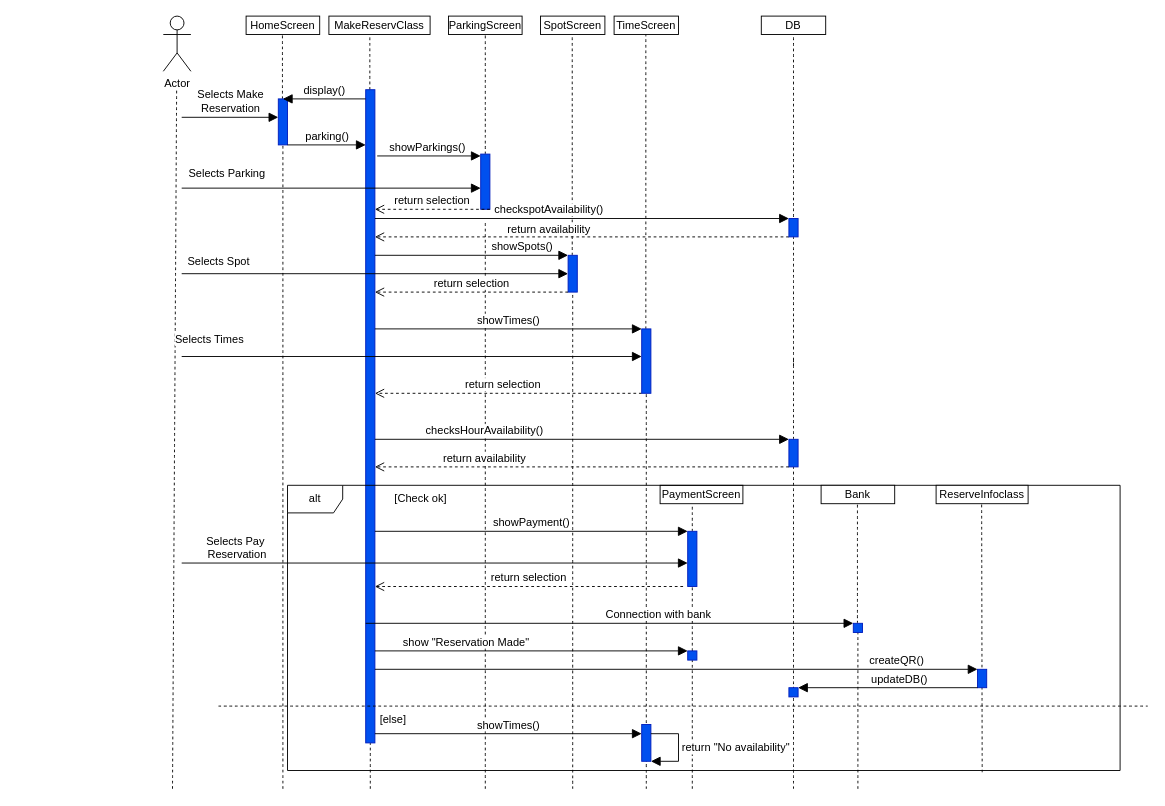
Above: SEQUENCE/Make Reservation sequence.drawio in EliasPapagelis/Smart-Park-TL (draw.io), before the change. Source tidied: cells renumbered, new cells numbered last; positions are measured from the earlier drawing's top-left corner, leaving out a move shared by most shapes. Both pictures are drawn from the tidied source at 92%, with x=0, y=0 at pixel (163, 16).
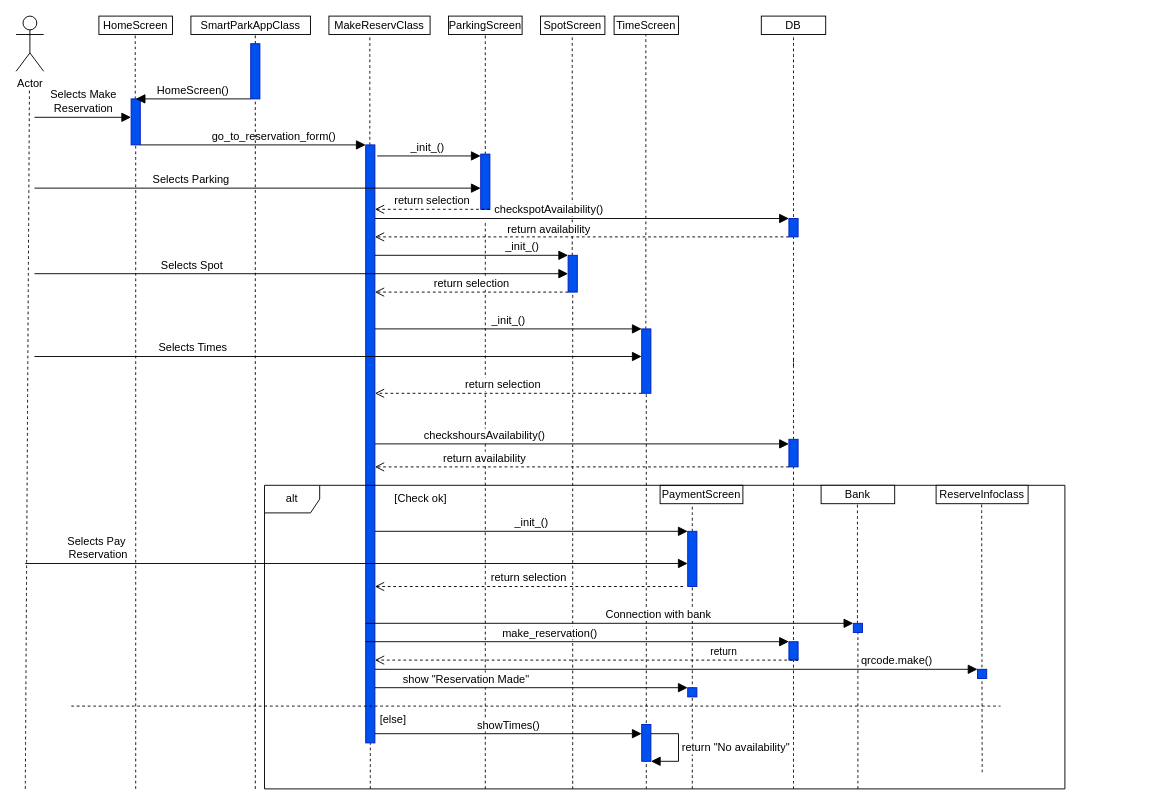
Above is the later version.

The change refers to these unchanged cells:
```xml
<mxCell id="19" style="html=1;points=[[0,0,0,0,5],[0,1,0,0,-5],[1,0,0,0,5],[1,1,0,0,-5]];perimeter=orthogonalPerimeter;outlineConnect=0;targetShapes=umlLifeline;portConstraint=eastwest;newEdgeStyle={&quot;curved&quot;:0,&quot;rounded&quot;:0};fillColor=#0050ef;fontColor=#ffffff;strokeColor=#001DBC;" parent="1" vertex="1">
  <mxGeometry x="345" y="150" width="10" height="60" as="geometry" />
</mxCell>
<mxCell id="32" style="html=1;points=[[0,0,0,0,5],[0,1,0,0,-5],[1,0,0,0,5],[1,1,0,0,-5]];perimeter=orthogonalPerimeter;outlineConnect=0;targetShapes=umlLifeline;portConstraint=eastwest;newEdgeStyle={&quot;curved&quot;:0,&quot;rounded&quot;:0};fillColor=#0050ef;fontColor=#ffffff;strokeColor=#001DBC;" parent="1" vertex="1">
  <mxGeometry x="680" y="460" width="10" height="30" as="geometry" />
</mxCell>
<mxCell id="38" style="html=1;points=[[0,0,0,0,5],[0,1,0,0,-5],[1,0,0,0,5],[1,1,0,0,-5]];perimeter=orthogonalPerimeter;outlineConnect=0;targetShapes=umlLifeline;portConstraint=eastwest;newEdgeStyle={&quot;curved&quot;:0,&quot;rounded&quot;:0};fillColor=#0050ef;fontColor=#ffffff;strokeColor=#001DBC;" parent="1" vertex="1">
  <mxGeometry x="570" y="560" width="10" height="60" as="geometry" />
</mxCell>
<mxCell id="45" style="html=1;points=[[0,0,0,0,5],[0,1,0,0,-5],[1,0,0,0,5],[1,1,0,0,-5]];perimeter=orthogonalPerimeter;outlineConnect=0;targetShapes=umlLifeline;portConstraint=eastwest;newEdgeStyle={&quot;curved&quot;:0,&quot;rounded&quot;:0};fillColor=#0050ef;fontColor=#ffffff;strokeColor=#001DBC;" parent="1" vertex="1">
  <mxGeometry x="440" y="260" width="10" height="40" as="geometry" />
</mxCell>
<mxCell id="47" style="html=1;points=[[0,0,0,0,5],[0,1,0,0,-5],[1,0,0,0,5],[1,1,0,0,-5]];perimeter=orthogonalPerimeter;outlineConnect=0;targetShapes=umlLifeline;portConstraint=eastwest;newEdgeStyle={&quot;curved&quot;:0,&quot;rounded&quot;:0};fillColor=#0050ef;fontColor=#ffffff;strokeColor=#001DBC;" parent="1" vertex="1">
  <mxGeometry x="520" y="340" width="10" height="70" as="geometry" />
</mxCell>
```

Change to the diagram source:
```diff
@@
     <mxCell id="2" value="Actor" style="shape=umlActor;verticalLabelPosition=bottom;verticalAlign=top;html=1;" parent="1" vertex="1">
-      <mxGeometry width="30" height="60" as="geometry" />
+      <mxGeometry x="-160" width="30" height="60" as="geometry" />
     </mxCell>
     <mxCell id="3" value="HomeScreen" style="rounded=0;whiteSpace=wrap;html=1;" parent="1" vertex="1">
-      <mxGeometry x="90" width="80" height="20" as="geometry" />
+      <mxGeometry x="-70" width="80" height="20" as="geometry" />
     </mxCell>
@@
     <mxCell id="13" style="endArrow=none;dashed=1;html=1;rounded=0;fontSize=12;startSize=8;endSize=8;curved=1;" parent="1" edge="1" source="17">
       <mxGeometry relative="1" as="geometry">
-        <mxPoint x="129.5" y="20" as="targetPoint" />
+        <mxPoint x="-30.5" y="20" as="targetPoint" />
       </mxGeometry>
     </mxCell>
     <mxCell id="14" style="endArrow=none;dashed=1;html=1;rounded=0;fontSize=12;startSize=8;endSize=8;curved=1;" parent="1" edge="1">
       <mxGeometry relative="1" as="geometry">
-        <mxPoint x="10" y="840" as="sourcePoint" />
-        <mxPoint x="14.5" y="80" as="targetPoint" />
+        <mxPoint x="-150" y="840" as="sourcePoint" />
+        <mxPoint x="-145.5" y="80" as="targetPoint" />
       </mxGeometry>
     </mxCell>
     <mxCell id="15" value="Selects Make&lt;div&gt;Reservation&lt;/div&gt;" style="html=1;verticalAlign=bottom;endArrow=block;curved=0;rounded=0;fontSize=12;startSize=8;endSize=8;" parent="1" edge="1">
       <mxGeometry relative="1" as="geometry">
-        <mxPoint x="20" y="110" as="sourcePoint" />
-        <mxPoint x="125" y="110" as="targetPoint" />
+        <mxPoint x="-140" y="110" as="sourcePoint" />
+        <mxPoint x="-35" y="110" as="targetPoint" />
       </mxGeometry>
     </mxCell>
     <mxCell id="16" style="endArrow=none;dashed=1;html=1;rounded=0;fontSize=12;startSize=8;endSize=8;curved=1;" parent="1" edge="1" target="17">
       <mxGeometry relative="1" as="geometry">
-        <mxPoint x="130" y="840" as="sourcePoint" />
+        <mxPoint x="-30" y="840" as="sourcePoint" />
       </mxGeometry>
     </mxCell>
     <mxCell id="17" style="html=1;points=[[0,0,0,0,5],[0,1,0,0,-5],[1,0,0,0,5],[1,1,0,0,-5]];perimeter=orthogonalPerimeter;outlineConnect=0;targetShapes=umlLifeline;portConstraint=eastwest;newEdgeStyle={&quot;curved&quot;:0,&quot;rounded&quot;:0};fillColor=#0050ef;fontColor=#ffffff;strokeColor=#001DBC;" parent="1" vertex="1">
-      <mxGeometry x="125" y="90" width="10" height="50" as="geometry" />
+      <mxGeometry x="-35" y="90" width="10" height="50" as="geometry" />
     </mxCell>
@@
-    <mxCell id="22" value="showParkings()" style="html=1;verticalAlign=bottom;endArrow=block;curved=0;rounded=0;fontSize=12;startSize=8;endSize=8;" parent="1" edge="1" target="19">
+    <mxCell id="22" value="_init_()" style="html=1;verticalAlign=bottom;endArrow=block;curved=0;rounded=0;fontSize=12;startSize=8;endSize=8;" parent="1" edge="1" target="19">
       <mxGeometry x="-0.04" relative="1" as="geometry">
         <mxPoint x="232.5" y="152" as="sourcePoint" />
       </mxGeometry>
     </mxCell>
@@
     <mxCell id="24" style="html=1;points=[[0,0,0,0,5],[0,1,0,0,-5],[1,0,0,0,5],[1,1,0,0,-5]];perimeter=orthogonalPerimeter;outlineConnect=0;targetShapes=umlLifeline;portConstraint=eastwest;newEdgeStyle={&quot;curved&quot;:0,&quot;rounded&quot;:0};fillColor=#0050ef;fontColor=#ffffff;strokeColor=#001DBC;" parent="1" vertex="1">
-      <mxGeometry x="220" y="80" width="10" height="710" as="geometry" />
+      <mxGeometry x="220" y="140" width="10" height="650" as="geometry" />
     </mxCell>
     <mxCell id="25" value="Selects Parking" style="html=1;verticalAlign=bottom;endArrow=block;curved=0;rounded=0;fontSize=12;startSize=8;endSize=8;" parent="1" edge="1" target="19">
-      <mxGeometry x="-0.7" y="7" relative="1" as="geometry">
-        <mxPoint x="20" y="187" as="sourcePoint" />
+      <mxGeometry x="-0.3" relative="1" as="geometry">
+        <mxPoint x="-140" y="187" as="sourcePoint" />
       </mxGeometry>
     </mxCell>
@@
-    <mxCell id="27" value="showTimes()" style="html=1;verticalAlign=bottom;endArrow=block;curved=0;rounded=0;fontSize=12;startSize=8;endSize=8;" parent="1" edge="1">
+    <mxCell id="27" value="_init_()" style="html=1;verticalAlign=bottom;endArrow=block;curved=0;rounded=0;fontSize=12;startSize=8;endSize=8;" parent="1" edge="1">
       <mxGeometry relative="1" as="geometry">
         <mxPoint x="230" y="340" as="sourcePoint" />
         <mxPoint x="520" y="340" as="targetPoint" />
       </mxGeometry>
     </mxCell>
-    <mxCell id="28" value="Selects Times" style="html=1;verticalAlign=bottom;endArrow=block;curved=0;rounded=0;fontSize=12;startSize=8;endSize=8;" parent="1" edge="1">
-      <mxGeometry x="-0.88" y="10" relative="1" as="geometry">
-        <mxPoint x="20" y="370" as="sourcePoint" />
-        <mxPoint x="520" y="370" as="targetPoint" />
-        <mxPoint y="1" as="offset" />
+    <mxCell id="28" value="Selects Times" style="html=1;verticalAlign=bottom;endArrow=block;curved=0;rounded=0;fontSize=12;startSize=8;endSize=8;" parent="1" edge="1" target="47">
+      <mxGeometry x="-0.48" relative="1" as="geometry">
+        <mxPoint x="-140" y="370" as="sourcePoint" />
       </mxGeometry>
     </mxCell>
@@
-    <mxCell id="30" value="checksHourAvailability()" style="html=1;verticalAlign=bottom;endArrow=block;curved=0;rounded=0;fontSize=12;startSize=8;endSize=8;" parent="1" edge="1" source="24" target="32">
+    <mxCell id="30" value="checkshoursAvailability()" style="html=1;verticalAlign=bottom;endArrow=block;curved=0;rounded=0;fontSize=12;startSize=8;endSize=8;" parent="1" edge="1" source="24" target="32">
       <mxGeometry x="-0.47" relative="1" as="geometry" />
     </mxCell>
@@
     <mxCell id="34" value="alt" style="shape=umlFrame;whiteSpace=wrap;html=1;" parent="1" vertex="1">
-      <mxGeometry x="135" y="510" width="905" height="310" as="geometry" />
+      <mxGeometry x="110" y="510" width="870" height="330" as="geometry" />
     </mxCell>
@@
-    <mxCell id="36" value="showPayment()" style="html=1;verticalAlign=bottom;endArrow=block;curved=0;rounded=0;fontSize=12;startSize=8;endSize=8;" parent="1" edge="1">
+    <mxCell id="36" value="_init_()" style="html=1;verticalAlign=bottom;endArrow=block;curved=0;rounded=0;fontSize=12;startSize=8;endSize=8;" parent="1" edge="1">
       <mxGeometry relative="1" as="geometry">
         <mxPoint x="230" y="560" as="sourcePoint" />
         <mxPoint x="570" y="560" as="targetPoint" />
       </mxGeometry>
     </mxCell>
@@
-    <mxCell id="39" value="Selects Pay&amp;nbsp;&lt;div&gt;Reservation&lt;/div&gt;" style="html=1;verticalAlign=bottom;endArrow=block;curved=0;rounded=0;fontSize=12;startSize=8;endSize=8;" parent="1" edge="1">
+    <mxCell id="39" value="Selects Pay&amp;nbsp;&lt;div&gt;Reservation&lt;/div&gt;" style="html=1;verticalAlign=bottom;endArrow=block;curved=0;rounded=0;fontSize=12;startSize=8;endSize=8;" parent="1" edge="1" target="38">
       <mxGeometry x="-0.78" relative="1" as="geometry">
-        <mxPoint x="20" y="594.5" as="sourcePoint" />
-        <mxPoint x="570" y="594.5" as="targetPoint" />
+        <mxPoint x="-150" y="595" as="sourcePoint" />
       </mxGeometry>
     </mxCell>
-    <mxCell id="40" value="display()" style="html=1;verticalAlign=bottom;endArrow=block;curved=0;rounded=0;fontSize=12;startSize=8;endSize=8;" parent="1" edge="1">
+    <mxCell id="40" value="HomeScreen()" style="html=1;verticalAlign=bottom;endArrow=block;curved=0;rounded=0;fontSize=12;startSize=8;endSize=8;" parent="1" edge="1" source="76">
       <mxGeometry relative="1" as="geometry">
-        <mxPoint x="220" y="90" as="sourcePoint" />
-        <mxPoint x="130" y="90" as="targetPoint" />
+        <mxPoint x="-30" y="90" as="targetPoint" />
       </mxGeometry>
     </mxCell>
-    <mxCell id="41" value="parking()" style="html=1;verticalAlign=bottom;endArrow=block;curved=0;rounded=0;fontSize=12;startSize=8;endSize=8;" parent="1" edge="1">
-      <mxGeometry relative="1" as="geometry">
-        <mxPoint x="135" y="140" as="sourcePoint" />
-        <mxPoint x="220" y="140" as="targetPoint" />
+    <mxCell id="41" value="go_to_reservation_form()" style="html=1;verticalAlign=bottom;endArrow=block;curved=0;rounded=0;fontSize=12;startSize=8;endSize=8;" parent="1" edge="1" target="24">
+      <mxGeometry x="0.18" relative="1" as="geometry">
+        <mxPoint x="-25" y="140" as="sourcePoint" />
       </mxGeometry>
     </mxCell>
@@
-    <mxCell id="48" value="showSpots()" style="html=1;verticalAlign=bottom;endArrow=block;curved=0;rounded=0;fontSize=12;startSize=8;endSize=8;" parent="1" edge="1">
+    <mxCell id="48" value="_init_()" style="html=1;verticalAlign=bottom;endArrow=block;curved=0;rounded=0;fontSize=12;startSize=8;endSize=8;" parent="1" edge="1">
       <mxGeometry x="0.52" relative="1" as="geometry">
         <mxPoint x="230" y="260" as="sourcePoint" />
         <mxPoint x="440" y="260" as="targetPoint" />
       </mxGeometry>
     </mxCell>
     <mxCell id="49" value="Selects Spot" style="html=1;verticalAlign=bottom;endArrow=block;curved=0;rounded=0;fontSize=12;startSize=8;endSize=8;" parent="1" edge="1" target="45">
-      <mxGeometry x="-0.81" y="5" relative="1" as="geometry">
-        <mxPoint x="20" y="280" as="sourcePoint" />
-        <mxPoint y="1" as="offset" />
+      <mxGeometry x="-0.41" relative="1" as="geometry">
+        <mxPoint x="-140" y="280" as="sourcePoint" />
       </mxGeometry>
     </mxCell>
@@
     <mxCell id="58" value="show &quot;Reservation Made&quot;" style="html=1;verticalAlign=bottom;endArrow=block;curved=0;rounded=0;fontSize=12;startSize=8;endSize=8;" parent="1" edge="1">
       <mxGeometry x="-0.42" relative="1" as="geometry">
-        <mxPoint x="230" y="690" as="sourcePoint" />
-        <mxPoint x="570" y="690" as="targetPoint" />
+        <mxPoint x="230" y="730" as="sourcePoint" />
+        <mxPoint x="570" y="730" as="targetPoint" />
       </mxGeometry>
     </mxCell>
     <mxCell id="59" style="html=1;perimeter=orthogonalPerimeter;targetShapes=umlLifeline;newEdgeStyle={&quot;curved&quot;:0,&quot;rounded&quot;:0};fillColor=#0050ef;fontColor=#ffffff;strokeColor=#001DBC;" parent="1" vertex="1">
-      <mxGeometry x="570" y="690" width="10" height="10" as="geometry" />
+      <mxGeometry x="570" y="730" width="10" height="10" as="geometry" />
     </mxCell>
@@
     <mxCell id="62" style="endArrow=none;dashed=1;html=1;rounded=0;fontSize=12;startSize=8;endSize=8;curved=1;" parent="1" edge="1">
       <mxGeometry relative="1" as="geometry">
-        <mxPoint x="60" y="750" as="sourcePoint" />
-        <mxPoint x="1070" y="750" as="targetPoint" />
+        <mxPoint x="-100" y="750" as="sourcePoint" />
+        <mxPoint x="910" y="750" as="targetPoint" />
       </mxGeometry>
     </mxCell>
@@
-    <mxCell id="69" value="createQR()" style="html=1;verticalAlign=bottom;endArrow=block;curved=0;rounded=0;fontSize=12;startSize=8;endSize=8;" parent="1" edge="1" target="70">
+    <mxCell id="69" value="qrcode.make()" style="html=1;verticalAlign=bottom;endArrow=block;curved=0;rounded=0;fontSize=12;startSize=8;endSize=8;" parent="1" edge="1">
       <mxGeometry x="0.73" relative="1" as="geometry">
         <mxPoint x="230" y="710" as="sourcePoint" />
+        <mxPoint x="885" y="710" as="targetPoint" />
       </mxGeometry>
     </mxCell>
     <mxCell id="70" style="html=1;points=[[0,0,0,0,5],[0,1,0,0,-5],[1,0,0,0,5],[1,1,0,0,-5]];perimeter=orthogonalPerimeter;outlineConnect=0;targetShapes=umlLifeline;portConstraint=eastwest;newEdgeStyle={&quot;curved&quot;:0,&quot;rounded&quot;:0};fillColor=#0050ef;fontColor=#ffffff;strokeColor=#001DBC;" parent="1" vertex="1">
-      <mxGeometry x="885" y="710" width="10" height="20" as="geometry" />
+      <mxGeometry x="885" y="710" width="10" height="10" as="geometry" />
     </mxCell>
-    <mxCell id="71" value="updateDB()" style="html=1;verticalAlign=bottom;endArrow=block;curved=0;rounded=0;fontSize=12;startSize=8;endSize=8;" parent="1" edge="1" source="70" target="72">
-      <mxGeometry x="-0.13" relative="1" as="geometry" />
+    <mxCell id="71" value="make_reservation()" style="html=1;verticalAlign=bottom;endArrow=block;curved=0;rounded=0;fontSize=12;startSize=8;endSize=8;" parent="1" edge="1" target="72">
+      <mxGeometry x="-0.13" relative="1" as="geometry">
+        <mxPoint x="220" y="680" as="sourcePoint" />
+      </mxGeometry>
     </mxCell>
     <mxCell id="72" style="html=1;points=[[0,0,0,0,5],[0,1,0,0,-5],[1,0,0,0,5],[1,1,0,0,-5]];perimeter=orthogonalPerimeter;outlineConnect=0;targetShapes=umlLifeline;portConstraint=eastwest;newEdgeStyle={&quot;curved&quot;:0,&quot;rounded&quot;:0};fillColor=#0050ef;fontColor=#ffffff;strokeColor=#001DBC;" parent="1" vertex="1">
-      <mxGeometry x="680" y="730" width="10" height="10" as="geometry" />
+      <mxGeometry x="680" y="680" width="10" height="20" as="geometry" />
     </mxCell>
+    <mxCell id="73" value="SmartParkAppClass" style="html=1;whiteSpace=wrap;" parent="1" vertex="1">
+      <mxGeometry x="30" width="130" height="20" as="geometry" />
+    </mxCell>
+    <mxCell id="74" style="endArrow=none;dashed=1;html=1;rounded=0;" parent="1" edge="1" source="76">
+      <mxGeometry relative="1" as="geometry">
+        <mxPoint x="100" y="20" as="targetPoint" />
+      </mxGeometry>
+    </mxCell>
+    <mxCell id="75" style="endArrow=none;dashed=1;html=1;rounded=0;" parent="1" edge="1" target="76">
+      <mxGeometry relative="1" as="geometry">
+        <mxPoint x="100" y="840" as="sourcePoint" />
+      </mxGeometry>
+    </mxCell>
+    <mxCell id="76" style="html=1;points=[[0,0,0,0,5],[0,1,0,0,-5],[1,0,0,0,5],[1,1,0,0,-5]];perimeter=orthogonalPerimeter;outlineConnect=0;targetShapes=umlLifeline;portConstraint=eastwest;newEdgeStyle={&quot;curved&quot;:0,&quot;rounded&quot;:0};fillColor=#0050ef;fontColor=#ffffff;strokeColor=#001DBC;" parent="1" vertex="1">
+      <mxGeometry x="95" y="30" width="10" height="60" as="geometry" />
+    </mxCell>
+    <mxCell id="77" value="return" style="html=1;verticalAlign=bottom;endArrow=open;dashed=1;endSize=8;curved=0;rounded=0;" parent="1" edge="1">
+      <mxGeometry x="-0.65" relative="1" as="geometry">
+        <mxPoint x="690" y="700" as="sourcePoint" />
+        <mxPoint x="230" y="700" as="targetPoint" />
+      </mxGeometry>
+    </mxCell>
```
